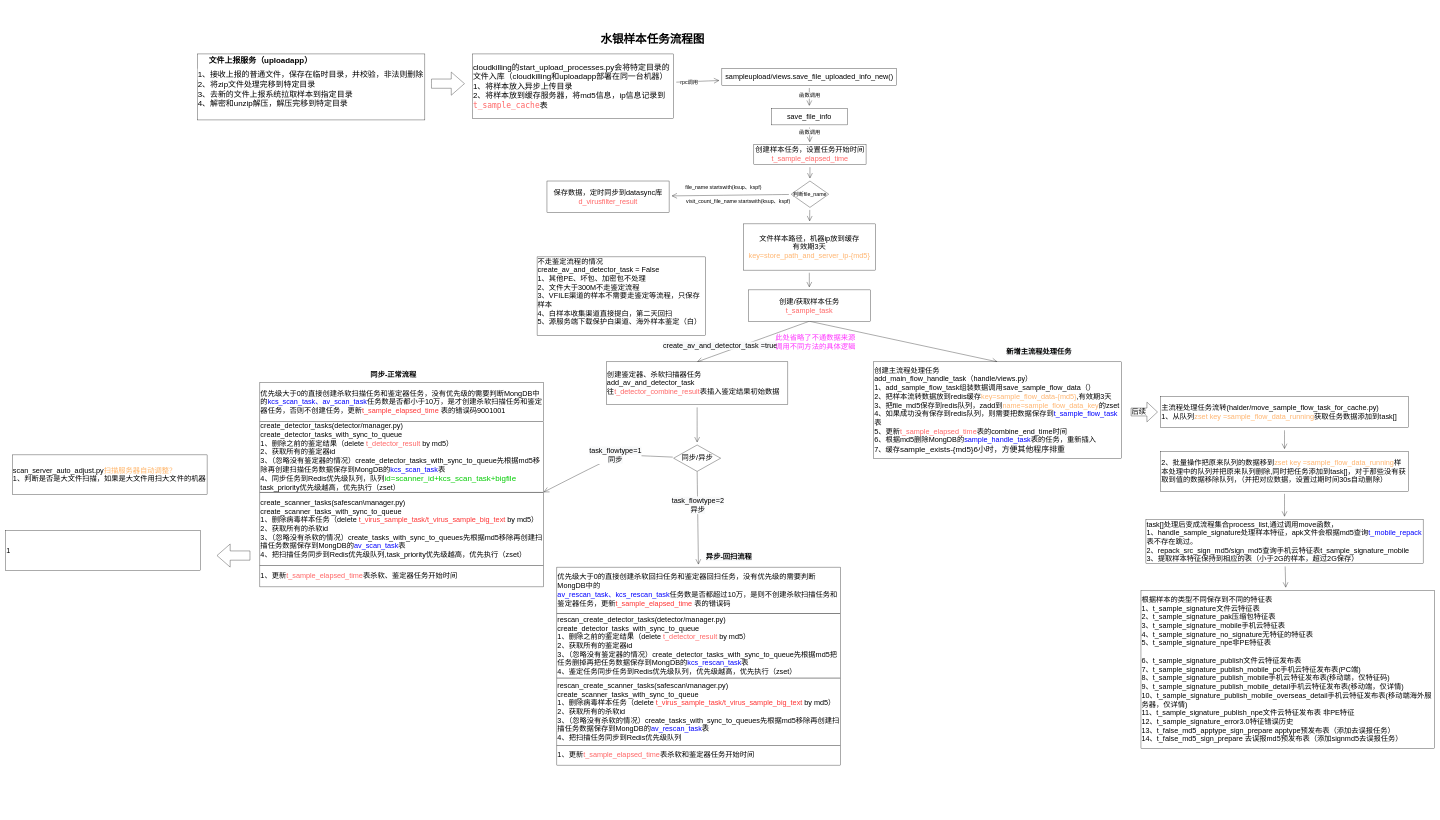
The draw.io diagram src/Untitled Diagram.drawio in liuhuihui01/design_model, before the edit. Source tidied: cells renumbered, new cells numbered last; positions are measured from the earlier drawing's top-left corner, leaving out a move shared by most shapes. Both pictures are drawn from the tidied source at 33%, with x=0, y=0 at pixel (6, 36).
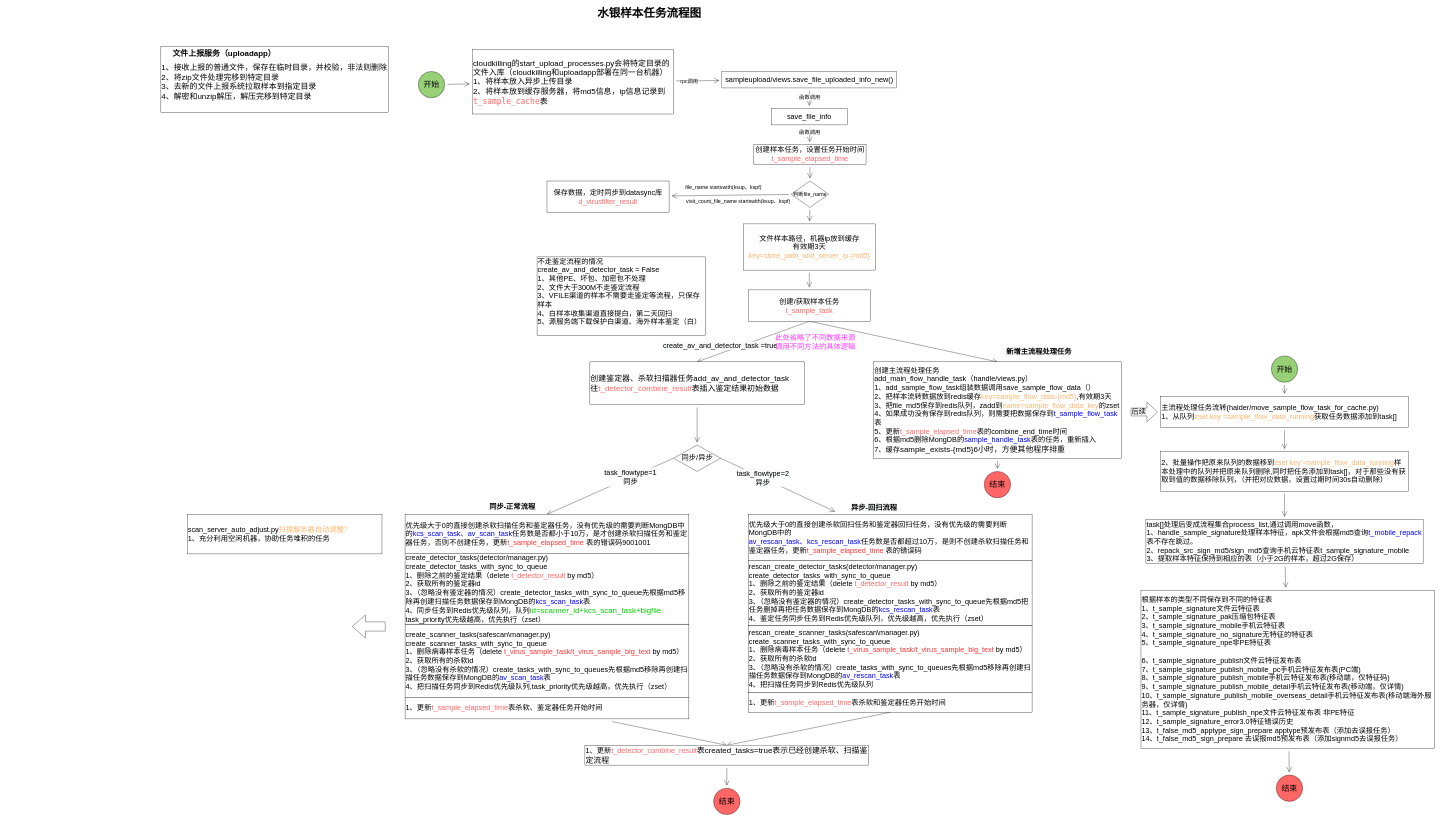
Above is the later version.

The change refers to these unchanged cells:
```xml
<mxCell id="25" value="创建主流程处理任务&lt;br&gt;add_main_flow_handle_task（handle/views.py）&lt;br&gt;1、add_sample_flow_task组装数据调用save_sample_flow_data（）&lt;br&gt;2、把样本流转数据放到redis缓存&lt;font color=&quot;#ffb570&quot;&gt;key=sample_flow_data-{md5}&lt;/font&gt;,有效期3天&lt;br&gt;3、把file_md5保存到redis队列，zadd到&lt;font color=&quot;#ffb570&quot;&gt;name=sample_flow_data_key&lt;/font&gt;的zset&lt;br&gt;4、如果成功没有保存到redis队列，则需要把数据保存到&lt;font color=&quot;#0000ff&quot;&gt;t_sample_flow_task&lt;/font&gt;表&lt;br&gt;5、更新&lt;font color=&quot;#ff6666&quot;&gt;t_sample_elapsed_time&lt;/font&gt;表的combine_end_time时间&lt;br&gt;6、根据md5删除MongDB的&lt;font color=&quot;#0000ff&quot;&gt;sample_handle_task&lt;/font&gt;表的任务，重新插入&lt;br&gt;7、缓存&lt;font style=&quot;font-size: 24px ; background-color: rgb(255 , 255 , 255)&quot;&gt;sample_exists-{md5}6小时，方便其他程序排重&lt;/font&gt;" style="rounded=0;whiteSpace=wrap;html=1;hachureGap=4;fontSize=22;align=left;" parent="1" vertex="1">
  <mxGeometry x="2630" y="988" width="750" height="292" as="geometry" />
</mxCell>
<mxCell id="34" value="同步/异步" style="rhombus;whiteSpace=wrap;html=1;hachureGap=4;fontFamily=Helvetica;fontSize=22;fontColor=#000000;align=center;" parent="1" vertex="1">
  <mxGeometry x="2023.8" y="1240" width="142.5" height="80" as="geometry" />
</mxCell>
<mxCell id="43" value="1、更新&lt;font color=&quot;#ff6666&quot;&gt;t_sample_elapsed_time&lt;/font&gt;表杀软和鉴定器任务开始时间" style="rounded=0;whiteSpace=wrap;html=1;hachureGap=4;fontFamily=Helvetica;fontSize=22;fontColor=#000000;align=left;" parent="39" vertex="1">
  <mxGeometry y="400" width="860" height="60" as="geometry" />
</mxCell>
<mxCell id="44" value="&lt;div&gt;优先级大于0的直接创建杀软回扫任务和鉴定器回扫&lt;span&gt;任务，没有优先级的需要判断MongDB中的&lt;/span&gt;&lt;/div&gt;&lt;span style=&quot;color: rgb(0 , 0 , 255)&quot;&gt;av_rescan_task、kcs_rescan_task&lt;/span&gt;&lt;span&gt;任务数是否都超过10万，是则不创建杀软扫描任务和鉴定器任务，更新&lt;/span&gt;&lt;font color=&quot;#ff3333&quot;&gt;t_sample_elapsed_time &lt;/font&gt;&lt;span&gt;表的错误码&lt;/span&gt;&lt;span style=&quot;color: rgb(0 , 0 , 255)&quot;&gt;&lt;br&gt;&lt;/span&gt;" style="rounded=0;whiteSpace=wrap;html=1;hachureGap=4;fontFamily=Helvetica;fontSize=22;fontColor=#000000;align=left;" parent="38" vertex="1">
  <mxGeometry width="860" height="140" as="geometry" />
</mxCell>
<mxCell id="49" value="create_detector_tasks(detector/manager.py)&lt;br&gt;create_detector_tasks_with_sync_to_queue&lt;br&gt;1、删除之前的鉴定结果（delete &lt;font color=&quot;#ff6666&quot;&gt;t_detector_result&lt;/font&gt; by md5）&lt;br&gt;2、获取所有的鉴定器id&lt;br&gt;3、（忽略没有鉴定器的情况）create_detector_tasks_with_sync_to_queue先根据md5移除再创建扫描任务数据保存到MongDB的&lt;font color=&quot;#0000ff&quot;&gt;kcs_scan_task&lt;/font&gt;表&lt;br&gt;4、同步任务到Redis优先级队列，队列&lt;font color=&quot;#00cc00&quot; style=&quot;font-size: 24px&quot;&gt;&lt;span style=&quot;font-size: 24px&quot;&gt;id=scanner_id+kcs_scan&lt;/span&gt;&lt;font style=&quot;font-size: 24px&quot;&gt;_task+&lt;/font&gt;&lt;/font&gt;&lt;span style=&quot;background-color: rgb(255 , 255 , 255) ; font-size: 24px&quot;&gt;&lt;font color=&quot;#00cc00&quot; style=&quot;font-size: 24px&quot;&gt;bigfile&lt;/font&gt;&lt;/span&gt;&lt;font color=&quot;#00cc00&quot;&gt;&lt;br&gt;&lt;/font&gt;task_priority优先级越高，优先执行（zset）" style="rounded=0;whiteSpace=wrap;html=1;hachureGap=4;fontSize=22;align=left;fontFamily=Helvetica;fontColor=#000000;" parent="47" vertex="1">
  <mxGeometry width="860" height="213.2" as="geometry" />
</mxCell>
<mxCell id="50" value="1、更新&lt;font color=&quot;#ff6666&quot;&gt;t_sample_elapsed_time&lt;/font&gt;表杀软、鉴定器任务开始时间" style="rounded=0;whiteSpace=wrap;html=1;hachureGap=4;fontFamily=Helvetica;fontSize=22;fontColor=#000000;align=left;" parent="46" vertex="1">
  <mxGeometry y="435.1" width="860" height="65.3" as="geometry" />
</mxCell>
<mxCell id="51" value="&lt;div&gt;优先级大于0的直接创建杀软扫描任务和鉴定器任务，没有优先级的需要判断MongDB中的&lt;font color=&quot;#0000ff&quot;&gt;kcs_scan_task、av_scan_task&lt;/font&gt;任务数是否都小于10万，是才创建杀软扫描任务和鉴定器任务，否则不创建任务，更新&lt;font color=&quot;#ff3333&quot;&gt;t_sample_elapsed_time &lt;/font&gt;表的错误码9001001&lt;/div&gt;" style="rounded=0;whiteSpace=wrap;html=1;hachureGap=4;fontFamily=Helvetica;fontSize=22;fontColor=#000000;align=left;" parent="45" vertex="1">
  <mxGeometry width="860" height="119.6" as="geometry" />
</mxCell>
<mxCell id="55" value="主流程处理任务流转(halder/move_sample_flow_task_for_cache.py)&lt;br&gt;1、从队列&lt;font color=&quot;#ffb570&quot;&gt;zset key =sample_flow_data_running&lt;/font&gt;获取任务数据添加到task[]" style="rounded=0;whiteSpace=wrap;html=1;hachureGap=4;fontSize=22;align=left;" parent="1" vertex="1">
  <mxGeometry x="3500" y="1092.5" width="750" height="95" as="geometry" />
</mxCell>
<mxCell id="60" value="根据样本的类型不同保存到不同的特征表&lt;br&gt;1、t_sample_signature文件云特征表&lt;br&gt;2、t_sample_signature_pak压缩包特征表&lt;br&gt;3、t_sample_signature_mobile手机云特征表&lt;br&gt;4、t_sample_signature_no_signature无特征的特征表&lt;br&gt;5、t_sample_signature_npe非PE特征表&lt;br&gt;&lt;br&gt;6、t_sample_signature_publish文件云特征发布表&lt;br&gt;7、t_sample_signature_publish_mobile_pc手机云特征发布表(PC端)&lt;br&gt;8、t_sample_signature_publish_mobile手机云特征发布表(移动端，仅特征码)&lt;br&gt;9、t_sample_signature_publish_mobile_detail手机云特征发布表(移动端，仅详情)&lt;br&gt;10、t_sample_signature_publish_mobile_overseas_detail手机云特征发布表(移动端海外服务器，仅详情)&lt;br&gt;11、t_sample_signature_publish_npe文件云特征发布表 非PE特征&lt;br&gt;12、t_sample_signature_error3.0特征错误历史&lt;br&gt;13、t_false_md5_apptype_sign_prepare apptype预发布表（添加去误报任务）&lt;br&gt;14、t_false_md5_sign_prepare 去误报md5预发布表（添加signmd5去误报任务）" style="rounded=0;whiteSpace=wrap;html=1;hachureGap=4;fontSize=22;align=left;" parent="1" vertex="1">
  <mxGeometry x="3440" y="1680" width="890" height="480" as="geometry" />
</mxCell>
```

Diff of the diagram source:
```diff
@@
     <mxCell id="2" value="水银样本任务流程图" style="text;html=1;strokeColor=none;fillColor=none;align=center;verticalAlign=middle;whiteSpace=wrap;rounded=0;hachureGap=4;fontSize=35;fontStyle=1;" parent="1" vertex="1">
-      <mxGeometry x="1760" width="400" height="20" as="geometry" />
+      <mxGeometry x="1750" y="-80" width="400" height="20" as="geometry" />
     </mxCell>
@@
     <mxCell id="5" value="sampleupload/views.save_file_uploaded_info_new()" style="rounded=0;whiteSpace=wrap;html=1;hachureGap=4;fontSize=22;" parent="1" vertex="1">
-      <mxGeometry x="2170" y="100" width="530" height="50" as="geometry" />
+      <mxGeometry x="2170" y="108" width="530" height="50" as="geometry" />
     </mxCell>
@@
     <mxCell id="8" value="&lt;div&gt;cloudkilling的start_upload_processes.py会将特定目录的文件入库（cloudkilling和uploadapp部署在同一台机器）&lt;/div&gt;&lt;span style=&quot;background-color: rgb(255 , 255 , 255)&quot;&gt;&lt;span style=&quot;font-size: 24px&quot;&gt;1、&lt;span style=&quot;font-size: 24px&quot;&gt;将样本放入异步上传目录&lt;br style=&quot;font-size: 24px&quot;&gt;2、将样本放到缓存服务器，将md5信息，ip信息记录到&lt;/span&gt;&lt;/span&gt;&lt;span style=&quot;font-family: &amp;#34;dejavu sans mono&amp;#34; , monospace ; font-size: 24px&quot;&gt;&lt;font color=&quot;#ff6666&quot;&gt;t_sample_cache&lt;/font&gt;&lt;/span&gt;&lt;span style=&quot;font-family: &amp;#34;dejavu sans mono&amp;#34; , monospace ; font-size: 24px&quot;&gt;表&lt;/span&gt;&lt;/span&gt;" style="rounded=0;whiteSpace=wrap;html=1;hachureGap=4;fontSize=24;fillColor=none;fontColor=#000000;align=left;fontStyle=0;" parent="1" vertex="1">
-      <mxGeometry x="1413.8" y="55" width="610" height="195" as="geometry" />
+      <mxGeometry x="1413.8" y="42" width="610" height="195" as="geometry" />
     </mxCell>
@@
+    <mxCell id="67" style="edgeStyle=none;curved=1;rounded=0;jettySize=auto;html=1;fontFamily=Helvetica;fontSize=24;fontColor=#000000;endArrow=open;startSize=14;endSize=14;sourcePerimeterSpacing=8;targetPerimeterSpacing=8;" parent="1" edge="1" source="25" target="82">
+      <mxGeometry relative="1" as="geometry" />
+    </mxCell>
@@
-    <mxCell id="28" value="创建鉴定器、杀软扫描器任务&lt;br&gt;add_av_and_detector_task&lt;br&gt;往&lt;font color=&quot;#ff6666&quot;&gt;t_detector_combine_result&lt;/font&gt;表插入鉴定结果初始数据" style="rounded=0;whiteSpace=wrap;html=1;hachureGap=4;fontSize=22;align=left;fontFamily=Helvetica;fontColor=#000000;" parent="1" vertex="1">
-      <mxGeometry x="1820" y="988" width="550" height="130" as="geometry" />
+    <mxCell id="28" value="创建鉴定器、杀软扫描器任务add_av_and_detector_task&lt;br style=&quot;font-size: 24px&quot;&gt;往&lt;font color=&quot;#ff6666&quot; style=&quot;font-size: 24px&quot;&gt;t_detector_combine_result&lt;/font&gt;表插入鉴定结果初始数据" style="rounded=0;whiteSpace=wrap;html=1;hachureGap=4;fontSize=24;align=left;fontFamily=Helvetica;fontColor=#000000;" parent="1" vertex="1">
+      <mxGeometry x="1770" y="988" width="650" height="130" as="geometry" />
     </mxCell>
@@
-    <mxCell id="30" style="edgeStyle=none;curved=1;rounded=0;jettySize=auto;html=1;fontFamily=Helvetica;fontSize=22;fontColor=#000000;endArrow=open;startSize=14;endSize=14;sourcePerimeterSpacing=8;targetPerimeterSpacing=8;entryX=1;entryY=1;entryDx=0;entryDy=0;" parent="1" edge="1" source="34" target="49">
-      <mxGeometry relative="1" as="geometry">
-        <Array as="points">
-          <mxPoint x="1870" y="1270" />
-          <mxPoint x="1850" y="1270" />
-        </Array>
-      </mxGeometry>
-    </mxCell>
-    <mxCell id="31" value="&lt;span style=&quot;text-align: left ; background-color: rgb(248 , 249 , 250)&quot;&gt;task_flowtype=1&lt;br&gt;&lt;/span&gt;&lt;span style=&quot;text-align: left ; background-color: rgb(248 , 249 , 250)&quot;&gt;&lt;font face=&quot;helvetica&quot;&gt;同步&lt;/font&gt;&lt;br&gt;&lt;/span&gt;" style="edgeLabel;html=1;align=center;verticalAlign=middle;fontSize=22;fontFamily=Helvetica;fontColor=#000000;" parent="30" vertex="1">
-      <mxGeometry x="-0.3" y="-3" relative="1" as="geometry">
-        <mxPoint x="-28" y="3" as="offset" />
-      </mxGeometry>
-    </mxCell>
-    <mxCell id="32" style="edgeStyle=none;curved=1;rounded=0;jettySize=auto;html=1;fontFamily=Helvetica;fontSize=22;fontColor=#000000;endArrow=open;startSize=14;endSize=14;sourcePerimeterSpacing=8;targetPerimeterSpacing=8;exitX=0.5;exitY=1;exitDx=0;exitDy=0;" parent="1" edge="1" source="34" target="44">
+    <mxCell id="32" style="edgeStyle=none;curved=1;rounded=0;jettySize=auto;html=1;fontFamily=Helvetica;fontSize=22;fontColor=#000000;endArrow=open;startSize=14;endSize=14;sourcePerimeterSpacing=8;targetPerimeterSpacing=8;exitX=1;exitY=0.5;exitDx=0;exitDy=0;" parent="1" edge="1" source="34" target="44">
       <mxGeometry relative="1" as="geometry" />
     </mxCell>
@@
+    <mxCell id="68" style="edgeStyle=none;curved=1;rounded=0;jettySize=auto;html=1;exitX=0;exitY=0.5;exitDx=0;exitDy=0;fontFamily=Helvetica;fontSize=24;fontColor=#000000;endArrow=open;startSize=14;endSize=14;sourcePerimeterSpacing=8;targetPerimeterSpacing=8;entryX=0.5;entryY=0;entryDx=0;entryDy=0;" parent="1" edge="1" source="34" target="51">
+      <mxGeometry relative="1" as="geometry" />
+    </mxCell>
+    <mxCell id="31" value="&lt;span style=&quot;font-size: 22px ; text-align: left ; background-color: rgb(248 , 249 , 250)&quot;&gt;task_flowtype=1&lt;br&gt;&lt;/span&gt;&lt;span style=&quot;font-size: 22px ; text-align: left ; background-color: rgb(248 , 249 , 250)&quot;&gt;&lt;font face=&quot;helvetica&quot;&gt;同步&lt;/font&gt;&lt;/span&gt;" style="edgeLabel;html=1;align=center;verticalAlign=middle;fontSize=24;fontFamily=Helvetica;fontColor=#000000;" parent="68" vertex="1">
+      <mxGeometry x="-0.32" y="-2" relative="1" as="geometry" />
+    </mxCell>
@@
     <mxCell id="35" value="&lt;span style=&quot;color: rgb(0, 0, 0); font-family: helvetica; font-size: 22px; font-style: normal; letter-spacing: normal; text-align: left; text-indent: 0px; text-transform: none; word-spacing: 0px; background-color: rgb(248, 249, 250); display: inline; float: none;&quot;&gt;异步-回扫流程&lt;/span&gt;" style="text;whiteSpace=wrap;html=1;fontSize=22;fontFamily=Helvetica;fontColor=#000000;fontStyle=1;" parent="1" vertex="1">
-      <mxGeometry x="2120" y="1560" width="200" height="40" as="geometry" />
+      <mxGeometry x="2560" y="1410" width="200" height="40" as="geometry" />
     </mxCell>
-    <mxCell id="36" value="此处省略了不通数据来源调用不同方法的具体逻辑" style="text;html=1;strokeColor=none;fillColor=none;align=center;verticalAlign=middle;whiteSpace=wrap;rounded=0;hachureGap=4;fontFamily=Helvetica;fontSize=22;fontColor=#FF33FF;" parent="1" vertex="1">
+    <mxCell id="36" value="此处省略了不同数据来源调用不同方法的具体逻辑" style="text;html=1;strokeColor=none;fillColor=none;align=center;verticalAlign=middle;whiteSpace=wrap;rounded=0;hachureGap=4;fontFamily=Helvetica;fontSize=22;fontColor=#FF33FF;" parent="1" vertex="1">
       <mxGeometry x="2329" y="877.5" width="249" height="100" as="geometry" />
     </mxCell>
@@
     <mxCell id="38" style="group;" parent="1" vertex="1">
-      <mxGeometry x="1670" y="1610" width="860" height="600" as="geometry" />
+      <mxGeometry x="2250" y="1450" width="860" height="600" as="geometry" />
     </mxCell>
@@
     <mxCell id="45" style="group;" parent="1" vertex="1">
-      <mxGeometry x="770" y="1050" width="860" height="620" as="geometry" />
+      <mxGeometry x="1210" y="1450" width="860" height="620" as="geometry" />
     </mxCell>
@@
     <mxCell id="52" value="&lt;span style=&quot;color: rgb(0 , 0 , 0) ; font-size: 22px&quot;&gt;&lt;b&gt;同步-正常流程&lt;/b&gt;&lt;/span&gt;" style="text;html=1;strokeColor=none;fillColor=none;align=center;verticalAlign=middle;whiteSpace=wrap;rounded=0;hachureGap=4;fontFamily=Helvetica;fontSize=35;fontColor=#FF33FF;" parent="1" vertex="1">
-      <mxGeometry x="1070" y="1010" width="210" height="20" as="geometry" />
+      <mxGeometry x="1430" y="1410" width="210" height="20" as="geometry" />
     </mxCell>
@@
+    <mxCell id="69" style="edgeStyle=none;curved=1;rounded=0;jettySize=auto;html=1;fontFamily=Helvetica;fontSize=24;fontColor=#000000;endArrow=open;startSize=14;endSize=14;sourcePerimeterSpacing=8;targetPerimeterSpacing=8;" parent="1" edge="1" source="60" target="71">
+      <mxGeometry relative="1" as="geometry" />
+    </mxCell>
@@
-    <mxCell id="62" style="html=1;shadow=0;dashed=0;align=center;verticalAlign=middle;shape=mxgraph.arrows2.arrow;dy=0.6;dx=40;flipH=1;notch=0;hachureGap=4;fontFamily=Helvetica;fontSize=35;fontColor=#FF33FF;" parent="1" vertex="1">
-      <mxGeometry x="640" y="1540" width="100" height="70" as="geometry" />
-    </mxCell>
-    <mxCell id="63" value="scan_server_auto_adjust.py&lt;font color=&quot;#ffb366&quot;&gt;扫描服务器自动调整？&lt;/font&gt;&lt;br&gt;1、判断是否是大文件扫描，如果是大文件用扫大文件的机器" style="rounded=0;whiteSpace=wrap;html=1;hachureGap=4;fontSize=22;align=left;fontFamily=Helvetica;fontColor=#000000;" parent="1" vertex="1">
-      <mxGeometry x="20" y="1270" width="590" height="120" as="geometry" />
+    <mxCell id="63" value="scan_server_auto_adjust.py&lt;font color=&quot;#ffb366&quot;&gt;扫描服务器自动调整？&lt;/font&gt;&lt;br&gt;1、充分利用空闲机器，协助任务堆积的任务" style="rounded=0;whiteSpace=wrap;html=1;hachureGap=4;fontSize=22;align=left;fontFamily=Helvetica;fontColor=#000000;" parent="1" vertex="1">
+      <mxGeometry x="550" y="1450" width="590" height="120" as="geometry" />
     </mxCell>
-    <mxCell id="64" value="1" style="rounded=0;whiteSpace=wrap;html=1;hachureGap=4;fontSize=22;align=left;fontFamily=Helvetica;fontColor=#000000;" parent="1" vertex="1">
-      <mxGeometry y="1500" width="590" height="120" as="geometry" />
-    </mxCell>
     <mxCell id="65" value="&lt;font style=&quot;font-size: 24px&quot;&gt;&lt;span&gt; &lt;/span&gt;&amp;nbsp; &lt;span style=&quot;white-space: pre&quot;&gt; &lt;/span&gt;&lt;span style=&quot;white-space: pre&quot;&gt; &lt;/span&gt;&lt;span style=&quot;white-space: pre&quot;&gt; &lt;/span&gt;&lt;b&gt;文件上报服务（uploadapp）&lt;/b&gt;&lt;br&gt;&lt;/font&gt;&lt;h4 id=&quot;id-文件上报+入库服务-接收上报的普通文件（/uploadsample接口）&quot; style=&quot;margin: 10px 0px 0px ; padding: 0px ; line-height: 1.42857 ; letter-spacing: -0.003em ; background-color: rgb(255 , 255 , 255)&quot;&gt;&lt;font style=&quot;font-size: 24px ; font-weight: normal&quot;&gt;1、接收上报的普通文件，保存在临时目录，并校验，非法则删除&lt;/font&gt;&lt;/h4&gt;&lt;div&gt;&lt;font style=&quot;font-size: 24px&quot;&gt;2、将zip文件处理完移到特定目录&lt;/font&gt;&lt;/div&gt;&lt;div&gt;&lt;font style=&quot;font-size: 24px&quot;&gt;3、去新的文件上报系统拉取样本到指定目录&lt;/font&gt;&lt;/div&gt;&lt;div&gt;&lt;font style=&quot;font-size: 24px&quot;&gt;4、解密和unzip解压，解压完移到特定目录&lt;/font&gt;&lt;/div&gt;&lt;div&gt;&lt;br&gt;&lt;/div&gt;" style="rounded=0;whiteSpace=wrap;html=1;hachureGap=4;fontSize=24;align=left;fontColor=#000000;" parent="1" vertex="1">
-      <mxGeometry x="580" y="55" width="690" height="200" as="geometry" />
+      <mxGeometry x="470" y="33" width="690" height="200" as="geometry" />
     </mxCell>
-    <mxCell id="66" style="html=1;shadow=0;dashed=0;align=center;verticalAlign=middle;shape=mxgraph.arrows2.arrow;dy=0.6;dx=40;notch=0;hachureGap=4;fontFamily=Helvetica;fontSize=24;fontColor=#000000;fillColor=none;" parent="1" vertex="1">
-      <mxGeometry x="1290" y="110" width="100" height="70" as="geometry" />
-    </mxCell>
+    <mxCell id="70" style="edgeStyle=none;curved=1;rounded=0;jettySize=auto;html=1;fontFamily=Helvetica;fontSize=24;fontColor=#000000;endArrow=open;startSize=14;endSize=14;sourcePerimeterSpacing=8;targetPerimeterSpacing=8;entryX=0.5;entryY=0;entryDx=0;entryDy=0;" parent="1" edge="1" source="50" target="76">
+      <mxGeometry relative="1" as="geometry" />
+    </mxCell>
+    <mxCell id="71" value="结束" style="ellipse;whiteSpace=wrap;html=1;hachureGap=4;fontFamily=Helvetica;fontSize=24;fontColor=#000000;fillColor=#FF6666;align=center;" parent="1" vertex="1">
+      <mxGeometry x="3850" y="2240" width="80" height="80" as="geometry" />
+    </mxCell>
+    <mxCell id="72" style="edgeStyle=none;curved=1;rounded=0;jettySize=auto;html=1;fontFamily=Helvetica;fontSize=24;fontColor=#000000;endArrow=open;startSize=14;endSize=14;sourcePerimeterSpacing=8;targetPerimeterSpacing=8;" parent="1" edge="1" source="73" target="8">
+      <mxGeometry relative="1" as="geometry" />
+    </mxCell>
+    <mxCell id="73" value="开始" style="ellipse;whiteSpace=wrap;html=1;hachureGap=4;fontFamily=Helvetica;fontSize=24;fontColor=#000000;fillColor=#97D077;align=center;" parent="1" vertex="1">
+      <mxGeometry x="1250" y="108" width="80" height="80" as="geometry" />
+    </mxCell>
+    <mxCell id="74" style="edgeStyle=none;curved=1;rounded=0;jettySize=auto;html=1;exitX=0.5;exitY=1;exitDx=0;exitDy=0;entryX=0.5;entryY=0;entryDx=0;entryDy=0;fontFamily=Helvetica;fontSize=24;fontColor=#000000;endArrow=open;startSize=14;endSize=14;sourcePerimeterSpacing=8;targetPerimeterSpacing=8;" parent="1" edge="1" source="43" target="76">
+      <mxGeometry relative="1" as="geometry" />
+    </mxCell>
+    <mxCell id="75" style="group;" parent="1" vertex="1">
+      <mxGeometry x="1755" y="2150" width="860" height="200" as="geometry" />
+    </mxCell>
+    <mxCell id="76" value="1、更新&lt;span style=&quot;color: rgb(255 , 102 , 102)&quot;&gt;t_detector_combine_result&lt;/span&gt;&lt;font style=&quot;font-size: 24px ; background-color: rgb(255 , 255 , 255)&quot;&gt;表created_tasks=true表示已经创建杀软、扫描鉴定流程&lt;/font&gt;" style="rounded=0;whiteSpace=wrap;html=1;hachureGap=4;fontFamily=Helvetica;fontSize=22;fontColor=#000000;align=left;" parent="75" vertex="1">
+      <mxGeometry width="860" height="60" as="geometry" />
+    </mxCell>
+    <mxCell id="77" value="结束" style="ellipse;whiteSpace=wrap;html=1;hachureGap=4;fontFamily=Helvetica;fontSize=24;fontColor=#000000;fillColor=#FF6666;align=center;" parent="75" vertex="1">
+      <mxGeometry x="390" y="130" width="80" height="80" as="geometry" />
+    </mxCell>
+    <mxCell id="78" style="edgeStyle=none;curved=1;rounded=0;jettySize=auto;html=1;fontFamily=Helvetica;fontSize=24;fontColor=#000000;endArrow=open;startSize=14;endSize=14;sourcePerimeterSpacing=8;targetPerimeterSpacing=8;" parent="75" edge="1" source="76" target="77">
+      <mxGeometry relative="1" as="geometry" />
+    </mxCell>
+    <mxCell id="79" style="html=1;shadow=0;dashed=0;align=center;verticalAlign=middle;shape=mxgraph.arrows2.arrow;dy=0.6;dx=40;flipH=1;notch=0;hachureGap=4;fontFamily=Helvetica;fontSize=24;fontColor=#000000;fillColor=none;" parent="1" vertex="1">
+      <mxGeometry x="1050" y="1755" width="100" height="70" as="geometry" />
+    </mxCell>
+    <mxCell id="80" style="edgeStyle=none;curved=1;rounded=0;jettySize=auto;html=1;fontFamily=Helvetica;fontSize=24;fontColor=#000000;endArrow=open;startSize=14;endSize=14;sourcePerimeterSpacing=8;targetPerimeterSpacing=8;" parent="1" edge="1" source="81" target="55">
+      <mxGeometry relative="1" as="geometry" />
+    </mxCell>
+    <mxCell id="81" value="开始" style="ellipse;whiteSpace=wrap;html=1;hachureGap=4;fontFamily=Helvetica;fontSize=24;fontColor=#000000;fillColor=#97D077;align=center;" parent="1" vertex="1">
+      <mxGeometry x="3835" y="970" width="80" height="80" as="geometry" />
+    </mxCell>
+    <mxCell id="82" value="结束" style="ellipse;whiteSpace=wrap;html=1;hachureGap=4;fontFamily=Helvetica;fontSize=24;fontColor=#000000;fillColor=#FF6666;align=center;" parent="1" vertex="1">
+      <mxGeometry x="2965" y="1320" width="80" height="80" as="geometry" />
+    </mxCell>
```
